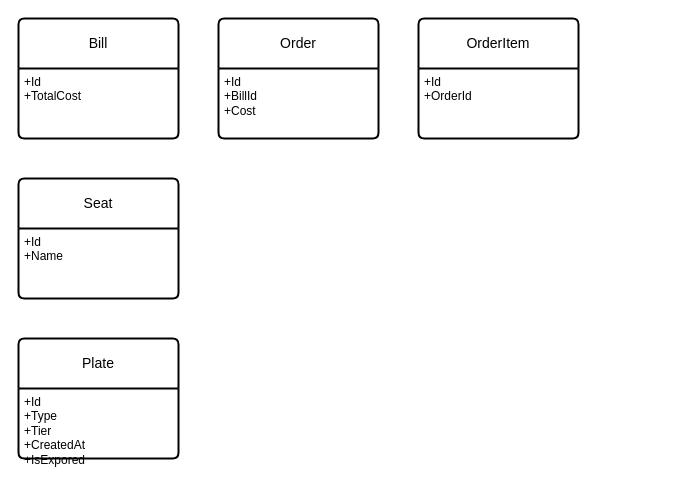
Above: docs/business-objects.drawio in lorenzipsum/sushi-train (draw.io), before the change. Source tidied: cells renumbered, new cells numbered last; positions are measured from the earlier drawing's top-left corner, leaving out a move shared by most shapes. Both pictures are drawn from the tidied source at 100%, with x=0, y=0 at pixel (18, 18).
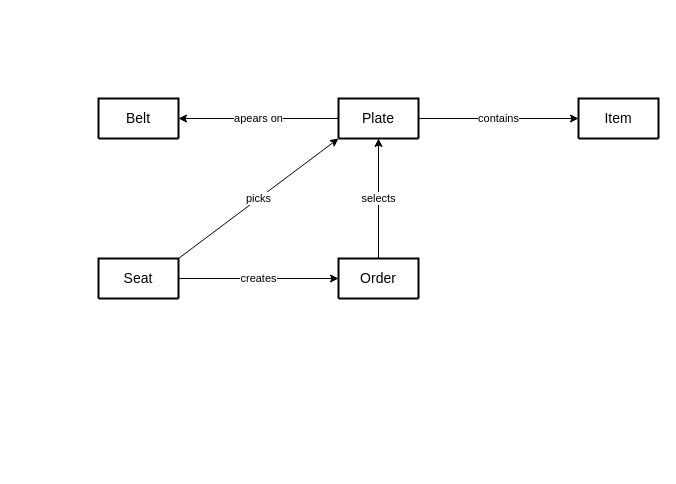
Above is the later version.

Diff of the diagram source:
```diff
@@
 <mxGraphModel>
   <root>
     <mxCell id="0" />
     <mxCell id="1" parent="0" />
     <mxCell id="2" value="Order" style="swimlane;horizontal=1;startSize=50;rounded=1;fontSize=14;fontStyle=0;strokeWidth=2;shadow=0;dashed=0;align=center;arcSize=4;whiteSpace=wrap;html=1;" parent="1" vertex="1">
-      <mxGeometry x="200" width="160" height="120" as="geometry" />
+      <mxGeometry x="320" y="240" width="80" height="40" as="geometry" />
     </mxCell>
-    <mxCell id="3" value="+Id&lt;div&gt;+BillId&lt;/div&gt;&lt;div&gt;+Cost&lt;/div&gt;" style="align=left;strokeColor=none;fillColor=none;spacingLeft=4;spacingRight=4;fontSize=12;verticalAlign=top;html=1;whiteSpace=wrap;" parent="2" vertex="1">
-      <mxGeometry y="50" width="160" height="70" as="geometry" />
-    </mxCell>
-    <mxCell id="4" value="OrderItem" style="swimlane;horizontal=1;startSize=50;rounded=1;fontSize=14;fontStyle=0;strokeWidth=2;shadow=0;dashed=0;align=center;arcSize=4;whiteSpace=wrap;html=1;" parent="1" vertex="1">
-      <mxGeometry x="400" width="160" height="120" as="geometry" />
+    <mxCell id="4" value="Item" style="swimlane;horizontal=1;startSize=50;rounded=1;fontSize=14;fontStyle=0;strokeWidth=2;shadow=0;dashed=0;align=center;arcSize=4;whiteSpace=wrap;html=1;" parent="1" vertex="1">
+      <mxGeometry x="560" y="80" width="80" height="40" as="geometry" />
     </mxCell>
-    <mxCell id="5" value="+Id&lt;br&gt;&lt;div&gt;+OrderId&lt;/div&gt;" style="align=left;strokeColor=none;fillColor=none;spacingLeft=4;spacingRight=4;fontSize=12;verticalAlign=top;html=1;whiteSpace=wrap;" parent="4" vertex="1">
-      <mxGeometry y="50" width="160" height="70" as="geometry" />
-    </mxCell>
-    <mxCell id="6" value="Bill" style="swimlane;horizontal=1;startSize=50;rounded=1;fontSize=14;fontStyle=0;strokeWidth=2;shadow=0;dashed=0;align=center;arcSize=4;whiteSpace=wrap;html=1;" parent="1" vertex="1">
-      <mxGeometry width="160" height="120" as="geometry" />
-    </mxCell>
-    <mxCell id="7" value="+Id&lt;div&gt;+TotalCost&lt;/div&gt;" style="align=left;strokeColor=none;fillColor=none;spacingLeft=4;spacingRight=4;fontSize=12;verticalAlign=top;html=1;whiteSpace=wrap;" parent="6" vertex="1">
-      <mxGeometry y="50" width="160" height="70" as="geometry" />
-    </mxCell>
+    <mxCell id="12" value="creates" style="edgeStyle=orthogonalEdgeStyle;rounded=0;jettySize=auto;html=1;" parent="1" edge="1" source="8" target="2">
+      <mxGeometry relative="1" as="geometry" />
+    </mxCell>
+    <mxCell id="13" value="picks" style="rounded=0;jettySize=auto;html=1;entryX=0;entryY=1;entryDx=0;entryDy=0;exitX=1;exitY=0;exitDx=0;exitDy=0;" parent="1" edge="1" source="8" target="10">
+      <mxGeometry relative="1" as="geometry" />
+    </mxCell>
     <mxCell id="8" value="Seat" style="swimlane;horizontal=1;startSize=50;rounded=1;fontSize=14;fontStyle=0;strokeWidth=2;shadow=0;dashed=0;align=center;arcSize=4;whiteSpace=wrap;html=1;" parent="1" vertex="1">
-      <mxGeometry y="160" width="160" height="120" as="geometry" />
+      <mxGeometry x="80" y="240" width="80" height="40" as="geometry" />
     </mxCell>
-    <mxCell id="9" value="+Id&lt;div&gt;+Name&lt;/div&gt;" style="align=left;strokeColor=none;fillColor=none;spacingLeft=4;spacingRight=4;fontSize=12;verticalAlign=top;html=1;whiteSpace=wrap;" parent="8" vertex="1">
-      <mxGeometry y="50" width="160" height="70" as="geometry" />
-    </mxCell>
+    <mxCell id="14" value="apears on" style="edgeStyle=orthogonalEdgeStyle;rounded=0;jettySize=auto;html=1;entryX=1;entryY=0.5;entryDx=0;entryDy=0;" parent="1" edge="1" source="10" target="15">
+      <mxGeometry relative="1" as="geometry" />
+    </mxCell>
     <mxCell id="10" value="Plate" style="swimlane;horizontal=1;startSize=50;rounded=1;fontSize=14;fontStyle=0;strokeWidth=2;shadow=0;dashed=0;align=center;arcSize=4;whiteSpace=wrap;html=1;" parent="1" vertex="1">
-      <mxGeometry y="320" width="160" height="120" as="geometry" />
+      <mxGeometry x="320" y="80" width="80" height="40" as="geometry" />
     </mxCell>
-    <mxCell id="11" value="+Id&lt;div&gt;+Type&lt;br&gt;&lt;div&gt;+Tier&lt;/div&gt;&lt;/div&gt;&lt;div&gt;+CreatedAt&lt;/div&gt;&lt;div&gt;+IsExpored&lt;/div&gt;" style="align=left;strokeColor=none;fillColor=none;spacingLeft=4;spacingRight=4;fontSize=12;verticalAlign=top;html=1;whiteSpace=wrap;" parent="10" vertex="1">
-      <mxGeometry y="50" width="160" height="70" as="geometry" />
-    </mxCell>
+    <mxCell id="15" value="Belt" style="swimlane;horizontal=1;startSize=50;rounded=1;fontSize=14;fontStyle=0;strokeWidth=2;shadow=0;dashed=0;align=center;arcSize=4;whiteSpace=wrap;html=1;" parent="1" vertex="1">
+      <mxGeometry x="80" y="80" width="80" height="40" as="geometry" />
+    </mxCell>
+    <mxCell id="16" value="contains" style="endArrow=classic;html=1;rounded=0;exitX=1;exitY=0.5;exitDx=0;exitDy=0;entryX=0;entryY=0.5;entryDx=0;entryDy=0;" parent="1" edge="1" source="10" target="4">
+      <mxGeometry relative="1" as="geometry" />
+    </mxCell>
+    <mxCell id="17" value="selects" style="endArrow=classic;html=1;rounded=0;entryX=0.5;entryY=1;entryDx=0;entryDy=0;exitX=0.5;exitY=0;exitDx=0;exitDy=0;" parent="1" edge="1" source="2" target="10">
+      <mxGeometry relative="1" as="geometry" />
+    </mxCell>
   </root>
 </mxGraphModel>
```
